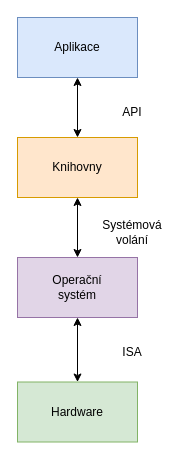
Above: assets/img/src/computer_stack.drawio in wheeeper/master-thesis (draw.io), before the change. Source tidied: cells renumbered, new cells numbered last; positions are measured from the earlier drawing's top-left corner, leaving out a move shared by most shapes. Both pictures are drawn from the tidied source at 100%, with x=0, y=0 at pixel (17, 17).
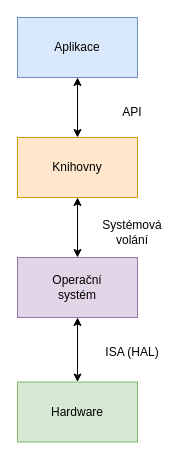
After the change.

The edit, as a diff of the source:
```diff
@@
 <mxGraphModel>
   <root>
     <mxCell id="0" />
     <mxCell id="1" parent="0" />
     <mxCell id="2" style="edgeStyle=orthogonalEdgeStyle;rounded=0;jettySize=auto;html=1;entryX=0.5;entryY=0;entryDx=0;entryDy=0;startArrow=classic;startFill=1;" parent="1" edge="1" source="3" target="5">
       <mxGeometry relative="1" as="geometry" />
     </mxCell>
     <mxCell id="3" value="Aplikace" style="rounded=0;whiteSpace=wrap;html=1;fillColor=#dae8fc;strokeColor=#6c8ebf;" parent="1" vertex="1">
       <mxGeometry width="120" height="60" as="geometry" />
     </mxCell>
     <mxCell id="4" style="edgeStyle=orthogonalEdgeStyle;rounded=0;jettySize=auto;html=1;startArrow=classic;startFill=1;" parent="1" edge="1" source="5" target="7">
       <mxGeometry relative="1" as="geometry" />
     </mxCell>
     <mxCell id="5" value="Knihovny" style="rounded=0;whiteSpace=wrap;html=1;fillColor=#ffe6cc;strokeColor=#d79b00;" parent="1" vertex="1">
       <mxGeometry y="120" width="120" height="60" as="geometry" />
     </mxCell>
     <mxCell id="6" style="edgeStyle=orthogonalEdgeStyle;rounded=0;jettySize=auto;html=1;entryX=0.5;entryY=0;entryDx=0;entryDy=0;startArrow=classic;startFill=1;" parent="1" edge="1" source="7" target="8">
       <mxGeometry relative="1" as="geometry" />
     </mxCell>
     <mxCell id="7" value="Operační&lt;br&gt;systém" style="rounded=0;whiteSpace=wrap;html=1;fillColor=#e1d5e7;strokeColor=#9673a6;" parent="1" vertex="1">
       <mxGeometry y="240" width="120" height="60" as="geometry" />
     </mxCell>
     <mxCell id="8" value="Hardware" style="rounded=0;whiteSpace=wrap;html=1;fillColor=#d5e8d4;strokeColor=#82b366;" parent="1" vertex="1">
       <mxGeometry y="364.5" width="120" height="60" as="geometry" />
     </mxCell>
     <mxCell id="9" value="API" style="text;html=1;strokeColor=none;fillColor=none;align=center;verticalAlign=middle;whiteSpace=wrap;rounded=0;" parent="1" vertex="1">
       <mxGeometry x="85" y="80" width="60" height="30" as="geometry" />
     </mxCell>
     <mxCell id="10" value="Systémová &lt;br&gt;volání" style="text;html=1;strokeColor=none;fillColor=none;align=center;verticalAlign=middle;whiteSpace=wrap;rounded=0;" parent="1" vertex="1">
       <mxGeometry x="70" y="200" width="90" height="30" as="geometry" />
     </mxCell>
-    <mxCell id="11" value="ISA" style="text;html=1;strokeColor=none;fillColor=none;align=center;verticalAlign=middle;whiteSpace=wrap;rounded=0;" parent="1" vertex="1">
+    <mxCell id="11" value="ISA (HAL)" style="text;html=1;strokeColor=none;fillColor=none;align=center;verticalAlign=middle;whiteSpace=wrap;rounded=0;" parent="1" vertex="1">
       <mxGeometry x="70" y="320" width="90" height="30" as="geometry" />
     </mxCell>
   </root>
 </mxGraphModel>
```
